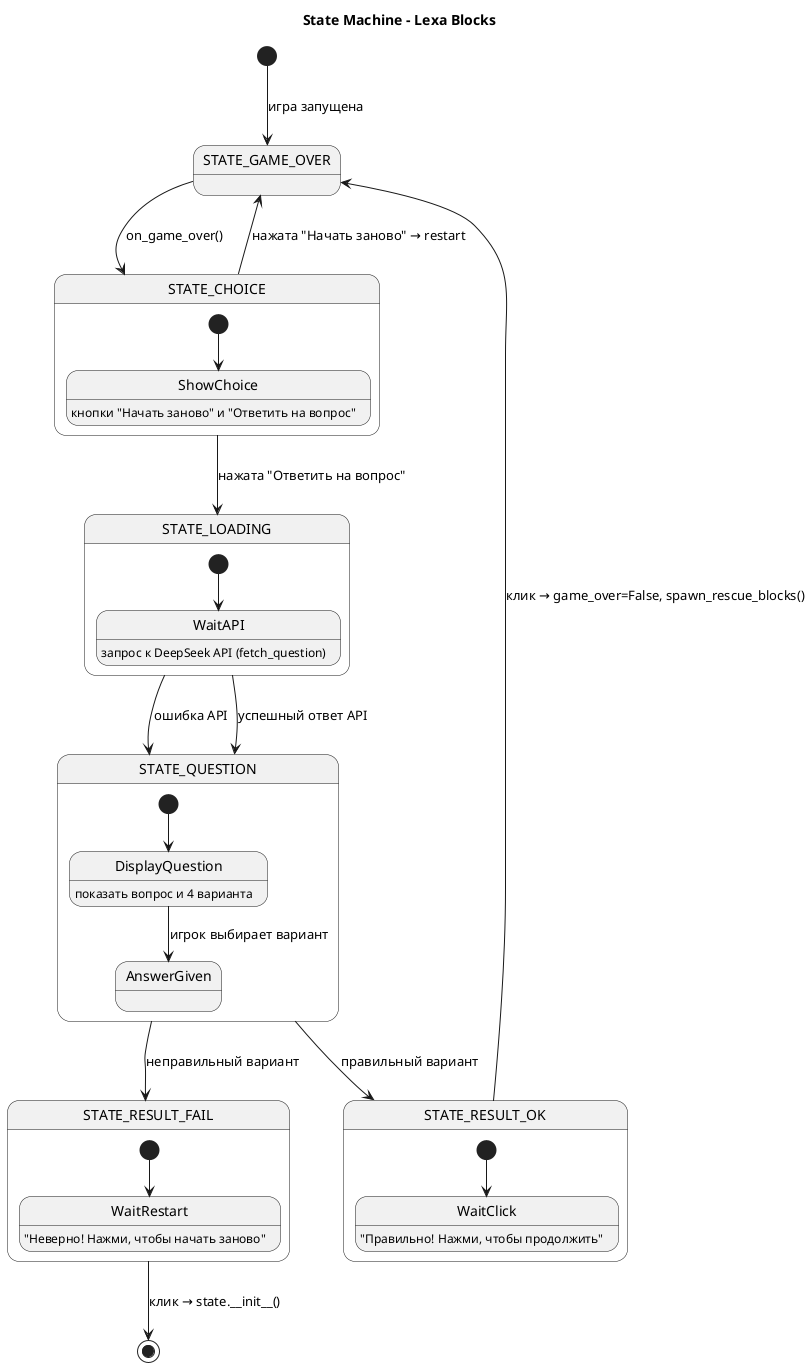
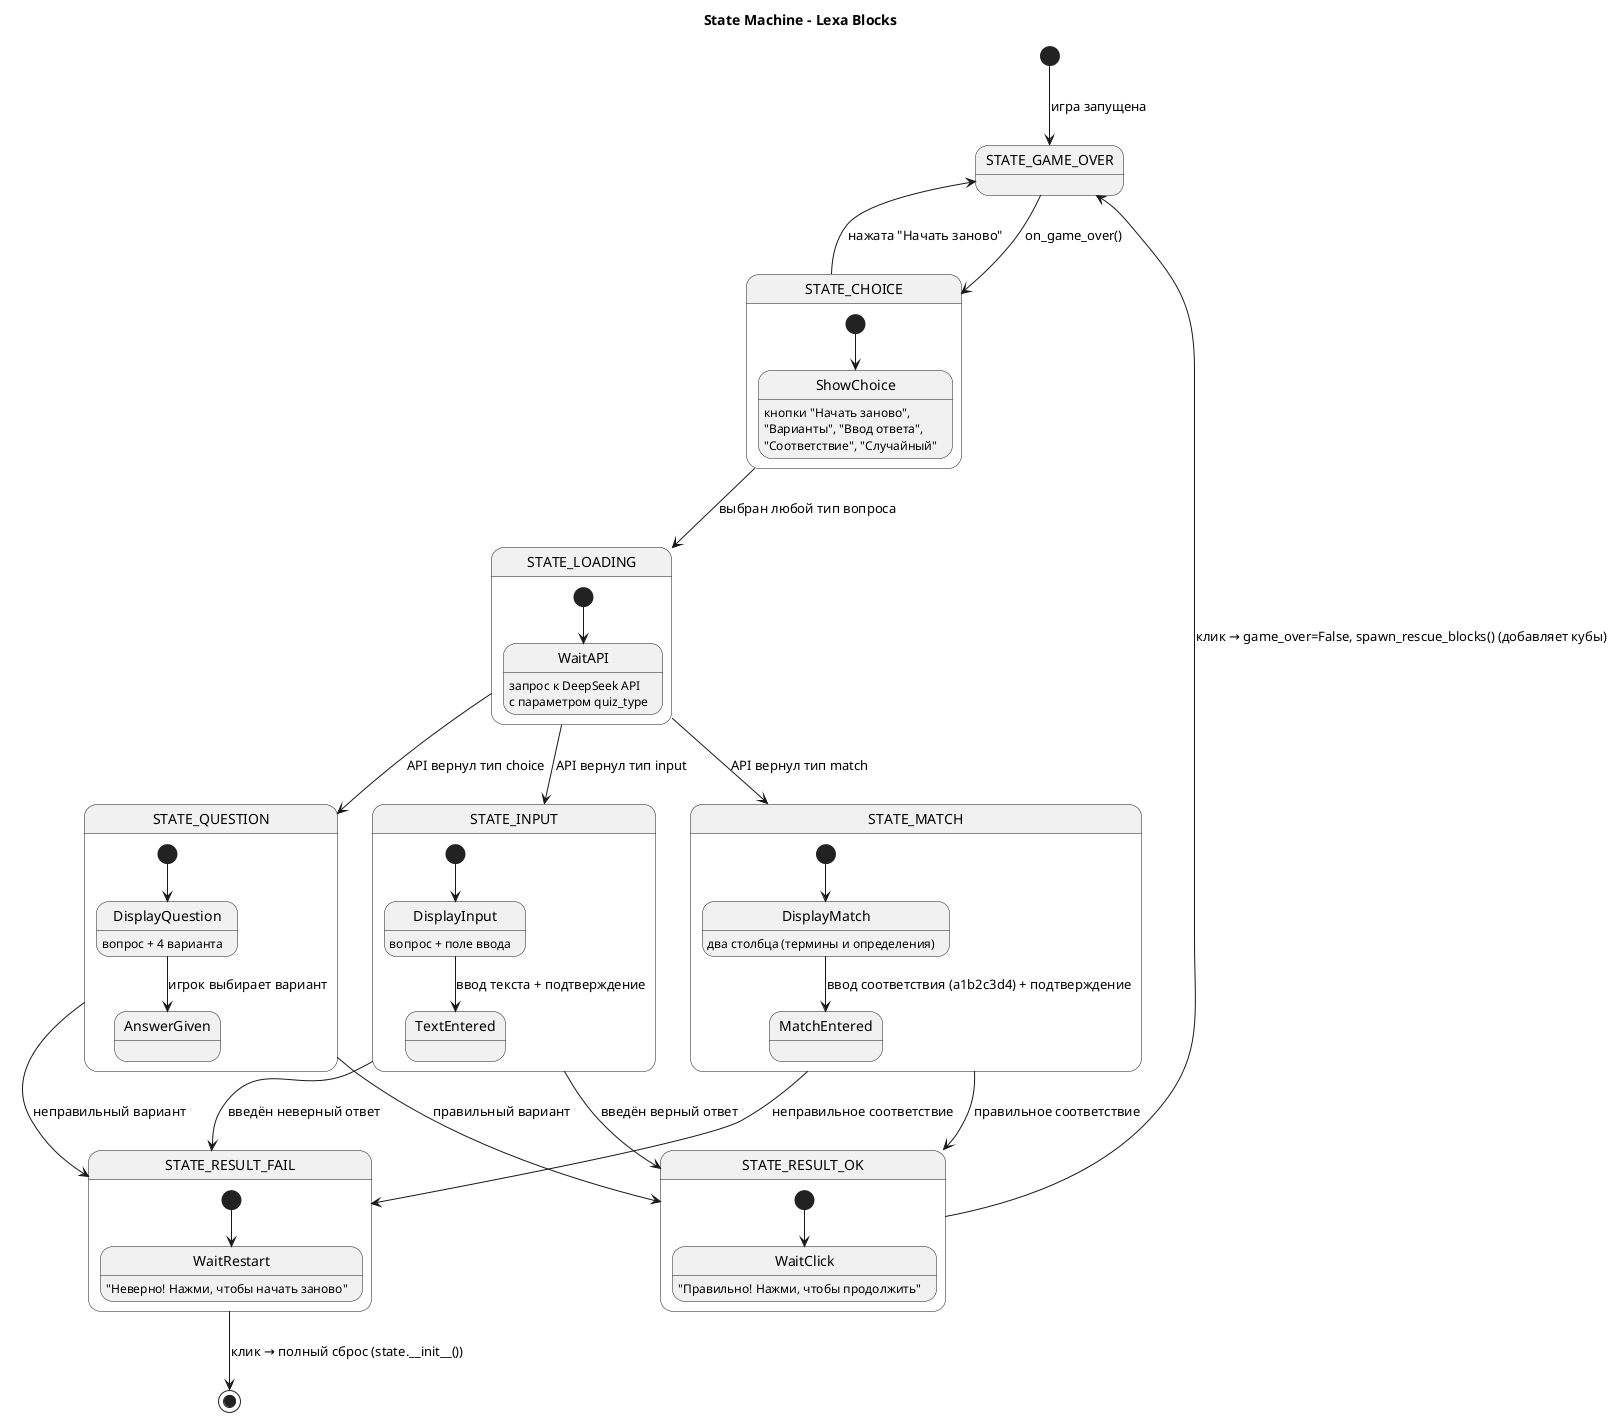
@startuml
title State Machine - Lexa Blocks

[*] --> STATE_GAME_OVER : игра запущена

STATE_GAME_OVER --> STATE_CHOICE : on_game_over()

state STATE_CHOICE {
    [*] --> ShowChoice
-     ShowChoice : кнопки "Начать заново" и "Ответить на вопрос"
+     ShowChoice : кнопки "Начать заново",\n"Варианты", "Ввод ответа",\n"Соответствие", "Случайный"
}

- STATE_CHOICE --> STATE_GAME_OVER : нажата "Начать заново" → restart
- STATE_CHOICE --> STATE_LOADING : нажата "Ответить на вопрос"
+ STATE_CHOICE --> STATE_GAME_OVER : нажата "Начать заново"
+ STATE_CHOICE --> STATE_LOADING : выбран любой тип вопроса

state STATE_LOADING {
    [*] --> WaitAPI
-     WaitAPI : запрос к DeepSeek API (fetch_question)
+     WaitAPI : запрос к DeepSeek API\nс параметром quiz_type
}

- STATE_LOADING --> STATE_QUESTION : успешный ответ API
- STATE_LOADING --> STATE_QUESTION : ошибка API
+ STATE_LOADING --> STATE_QUESTION : API вернул тип choice
+ STATE_LOADING --> STATE_INPUT : API вернул тип input
+ STATE_LOADING --> STATE_MATCH : API вернул тип match

state STATE_QUESTION {
    [*] --> DisplayQuestion
-     DisplayQuestion : показать вопрос и 4 варианта
+     DisplayQuestion : вопрос + 4 варианта
    DisplayQuestion --> AnswerGiven : игрок выбирает вариант
+ }
+ 
+ state STATE_INPUT {
+     [*] --> DisplayInput
+     DisplayInput : вопрос + поле ввода
+     DisplayInput --> TextEntered : ввод текста + подтверждение
+ }
+ 
+ state STATE_MATCH {
+     [*] --> DisplayMatch
+     DisplayMatch : два столбца (термины и определения)
+     DisplayMatch --> MatchEntered : ввод соответствия (a1b2c3d4) + подтверждение
}

STATE_QUESTION --> STATE_RESULT_OK : правильный вариант
STATE_QUESTION --> STATE_RESULT_FAIL : неправильный вариант
+ STATE_INPUT --> STATE_RESULT_OK : введён верный ответ
+ STATE_INPUT --> STATE_RESULT_FAIL : введён неверный ответ
+ STATE_MATCH --> STATE_RESULT_OK : правильное соответствие
+ STATE_MATCH --> STATE_RESULT_FAIL : неправильное соответствие

state STATE_RESULT_OK {
    [*] --> WaitClick
    WaitClick : "Правильно! Нажми, чтобы продолжить"
}
- 
- STATE_RESULT_OK --> STATE_GAME_OVER : клик → game_over=False, spawn_rescue_blocks()
+ STATE_RESULT_OK --> STATE_GAME_OVER : клик → game_over=False, spawn_rescue_blocks() (добавляет кубы)

state STATE_RESULT_FAIL {
    [*] --> WaitRestart
    WaitRestart : "Неверно! Нажми, чтобы начать заново"
}
- 
- STATE_RESULT_FAIL --> [*] : клик → state.__init__()
- 
+ STATE_RESULT_FAIL --> [*] : клик → полный сброс (state.__init__())
@enduml
